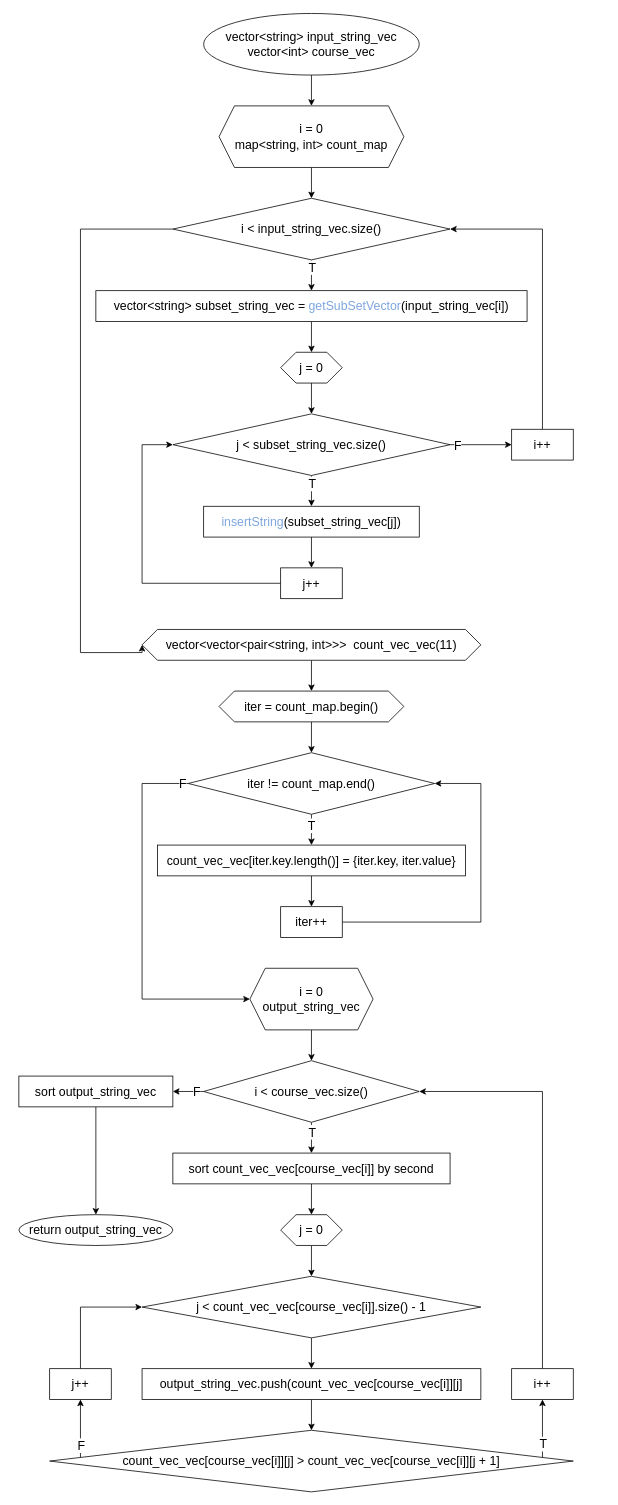
Before: page "Solution" (1 of 2) of menu renewal.drawio in hyunmindev/PS_Menu-Renewal, a draw.io diagram. Source tidied: cells renumbered, new cells numbered last; positions are measured from the earlier drawing's top-left corner, leaving out a move shared by most shapes. Both pictures are drawn from the tidied source at 77%, with x=0, y=0 at pixel (18, 13).
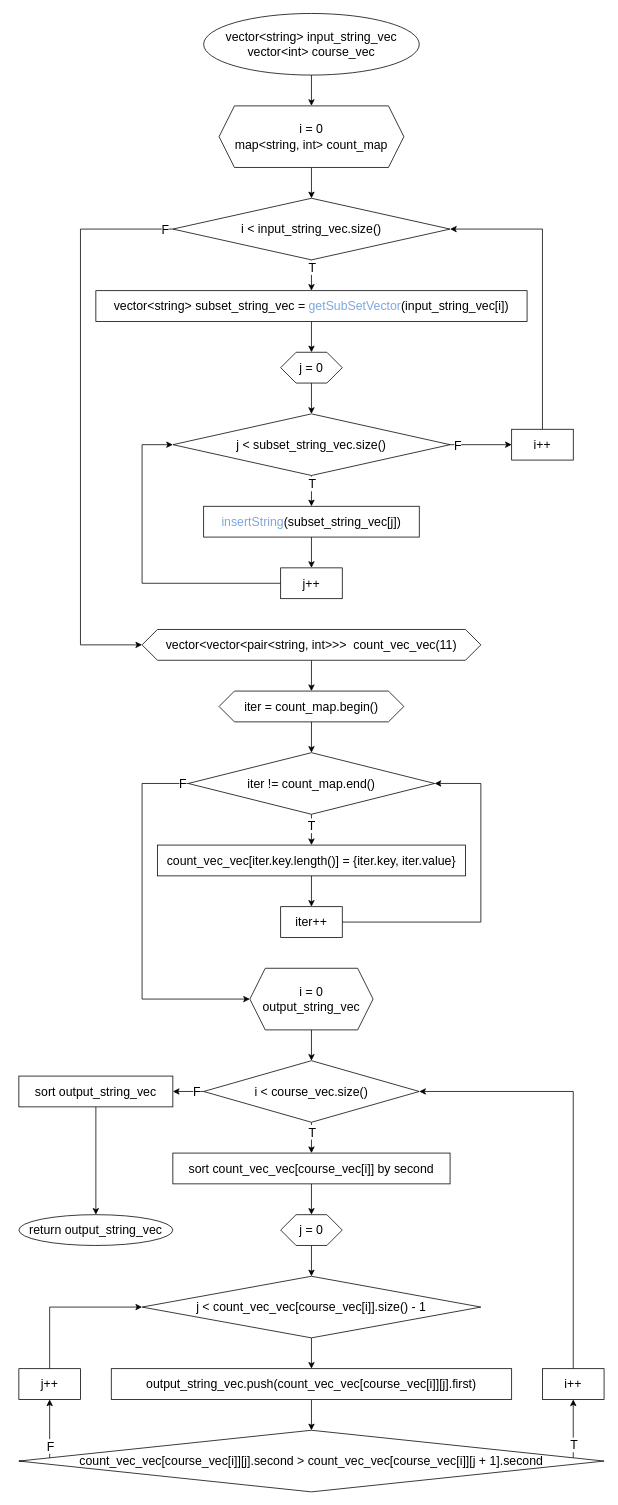
The same diagram, later.

Unchanged cells that the change refers to:
```xml
<mxCell id="9" value="i &amp;lt; input_string_vec.size()" style="rhombus;whiteSpace=wrap;html=1;fontSize=16;" parent="1" vertex="1">
  <mxGeometry x="200" y="240" width="360" height="80" as="geometry" />
</mxCell>
<mxCell id="26" value="vector&amp;lt;vector&amp;lt;pair&amp;lt;string, int&amp;gt;&amp;gt;&amp;gt;&amp;nbsp; count_vec_vec(11)" style="shape=hexagon;perimeter=hexagonPerimeter2;whiteSpace=wrap;html=1;fixedSize=1;fontSize=16;" parent="1" vertex="1">
  <mxGeometry x="160" y="800" width="440" height="40" as="geometry" />
</mxCell>
<mxCell id="44" value="i &amp;lt; course_vec.size()" style="rhombus;whiteSpace=wrap;html=1;fontSize=16;" parent="1" vertex="1">
  <mxGeometry x="240" y="1360" width="280" height="80" as="geometry" />
</mxCell>
<mxCell id="50" value="j &amp;lt; count_vec_vec[course_vec[i]].size() - 1" style="rhombus;whiteSpace=wrap;html=1;fontSize=16;" parent="1" vertex="1">
  <mxGeometry x="160" y="1640" width="440" height="80" as="geometry" />
</mxCell>
```

Diff of the diagram source:
```diff
@@
     <mxCell id="8" style="edgeStyle=orthogonalEdgeStyle;rounded=0;jettySize=auto;html=1;entryX=0;entryY=0.5;entryDx=0;entryDy=0;fontSize=16;" parent="1" edge="1" source="9" target="26">
       <mxGeometry relative="1" as="geometry">
         <Array as="points">
           <mxPoint x="80" y="280" />
-          <mxPoint x="80" y="830" />
+          <mxPoint x="80" y="820" />
         </Array>
       </mxGeometry>
     </mxCell>
+    <mxCell id="65" value="F" style="edgeLabel;html=1;align=center;verticalAlign=middle;fontSize=16;" parent="8" vertex="1">
+      <mxGeometry x="-0.94" y="1" relative="1" as="geometry">
+        <mxPoint x="11.9" y="-1" as="offset" />
+      </mxGeometry>
+    </mxCell>
@@
-    <mxCell id="51" style="edgeStyle=orthogonalEdgeStyle;rounded=0;jettySize=auto;html=1;entryX=0.5;entryY=1;entryDx=0;entryDy=0;fontSize=16;" parent="1" edge="1" source="55" target="59">
+    <mxCell id="51" style="edgeStyle=orthogonalEdgeStyle;rounded=0;jettySize=auto;html=1;entryX=0.5;entryY=1;entryDx=0;entryDy=0;fontSize=16;exitX=0;exitY=0.5;exitDx=0;exitDy=0;" parent="1" edge="1" source="55" target="59">
       <mxGeometry relative="1" as="geometry">
         <Array as="points">
-          <mxPoint x="80" y="1860" />
-          <mxPoint x="80" y="1860" />
+          <mxPoint x="40" y="1880" />
         </Array>
       </mxGeometry>
     </mxCell>
     <mxCell id="52" value="F" style="edgeLabel;html=1;align=center;verticalAlign=middle;fontSize=16;" parent="51" vertex="1">
       <mxGeometry x="-0.4" y="-3" relative="1" as="geometry">
-        <mxPoint x="-3" y="7.5" as="offset" />
+        <mxPoint x="4" y="-23" as="offset" />
       </mxGeometry>
     </mxCell>
     <mxCell id="53" style="edgeStyle=orthogonalEdgeStyle;rounded=0;jettySize=auto;html=1;entryX=0.5;entryY=1;entryDx=0;entryDy=0;fontSize=16;" parent="1" edge="1" source="55" target="61">
       <mxGeometry relative="1" as="geometry">
         <Array as="points">
-          <mxPoint x="680" y="1860" />
-          <mxPoint x="680" y="1860" />
+          <mxPoint x="720" y="1850" />
+          <mxPoint x="720" y="1850" />
         </Array>
       </mxGeometry>
     </mxCell>
     <mxCell id="54" value="T" style="edgeLabel;html=1;align=center;verticalAlign=middle;fontSize=16;" parent="53" vertex="1">
-      <mxGeometry x="-0.51" relative="1" as="geometry" />
+      <mxGeometry x="-0.56" relative="1" as="geometry" />
     </mxCell>
-    <mxCell id="55" value="&lt;span&gt;count_vec_vec[course_vec[i]][j] &amp;gt;&amp;nbsp;&lt;/span&gt;count_vec_vec[course_vec[i]][j + 1]" style="rhombus;whiteSpace=wrap;html=1;fontSize=16;" parent="1" vertex="1">
-      <mxGeometry x="40" y="1840" width="680" height="80" as="geometry" />
+    <mxCell id="55" value="&lt;span&gt;count_vec_vec[course_vec[i]][j].second &amp;gt;&amp;nbsp;&lt;/span&gt;count_vec_vec[course_vec[i]][j + 1].second" style="rhombus;whiteSpace=wrap;html=1;fontSize=16;" parent="1" vertex="1">
+      <mxGeometry y="1840" width="760" height="80" as="geometry" />
     </mxCell>
@@
-    <mxCell id="57" value="&lt;span&gt;output_string_vec.push(&lt;/span&gt;count_vec_vec[course_vec[i]][j]" style="whiteSpace=wrap;html=1;fontSize=16;" parent="1" vertex="1">
-      <mxGeometry x="160" y="1760" width="440" height="40" as="geometry" />
+    <mxCell id="57" value="&lt;span&gt;output_string_vec.push(&lt;/span&gt;count_vec_vec[course_vec[i]][j].first)" style="whiteSpace=wrap;html=1;fontSize=16;" parent="1" vertex="1">
+      <mxGeometry x="120" y="1760" width="520" height="40" as="geometry" />
     </mxCell>
     <mxCell id="58" style="edgeStyle=orthogonalEdgeStyle;rounded=0;jettySize=auto;html=1;entryX=0;entryY=0.5;entryDx=0;entryDy=0;fontSize=16;exitX=0.5;exitY=0;exitDx=0;exitDy=0;" parent="1" edge="1" source="59" target="50">
       <mxGeometry relative="1" as="geometry">
         <Array as="points">
-          <mxPoint x="80" y="1680" />
+          <mxPoint x="40" y="1680" />
         </Array>
       </mxGeometry>
     </mxCell>
     <mxCell id="59" value="j++" style="whiteSpace=wrap;html=1;fontSize=16;" parent="1" vertex="1">
-      <mxGeometry x="40" y="1760" width="80" height="40" as="geometry" />
+      <mxGeometry y="1760" width="80" height="40" as="geometry" />
     </mxCell>
     <mxCell id="60" style="edgeStyle=orthogonalEdgeStyle;rounded=0;jettySize=auto;html=1;entryX=1;entryY=0.5;entryDx=0;entryDy=0;fontSize=16;" parent="1" edge="1" source="61" target="44">
       <mxGeometry relative="1" as="geometry">
         <Array as="points">
-          <mxPoint x="680" y="1400" />
+          <mxPoint x="720" y="1400" />
         </Array>
       </mxGeometry>
     </mxCell>
     <mxCell id="61" value="i++" style="whiteSpace=wrap;html=1;fontSize=16;" parent="1" vertex="1">
-      <mxGeometry x="640" y="1760" width="80" height="40" as="geometry" />
+      <mxGeometry x="680" y="1760" width="80" height="40" as="geometry" />
     </mxCell>
```
